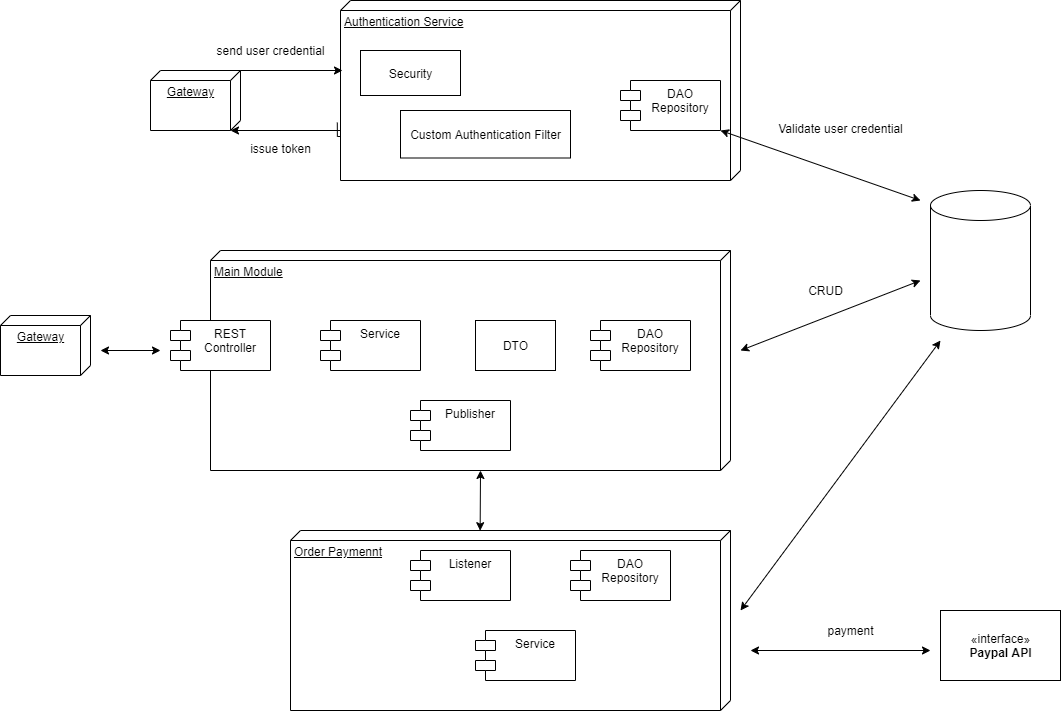
This is docs/source/_static/mainmodule.png from quangdutran/manning-online-shop, a draw.io export, as it was before one commit. Source tidied: cells renumbered, new cells last; positions are measured from the earlier drawing's top-left corner, leaving out a move shared by most shapes. Source of this version:
```xml
<mxGraphModel>
  <root>
    <mxCell id="0" />
    <mxCell id="1" parent="0" />
    <mxCell id="2" style="edgeStyle=orthogonalEdgeStyle;rounded=0;jettySize=auto;html=1;exitX=0.678;exitY=1.008;exitDx=0;exitDy=0;exitPerimeter=0;entryX=0;entryY=0;entryDx=60;entryDy=10;entryPerimeter=0;" parent="1" edge="1" source="3" target="8">
      <mxGeometry relative="1" as="geometry">
        <Array as="points">
          <mxPoint x="340" y="136" />
          <mxPoint x="340" y="130" />
        </Array>
      </mxGeometry>
    </mxCell>
    <mxCell id="3" value="Authentication Service" style="verticalAlign=top;align=left;spacingTop=8;spacingLeft=2;spacingRight=12;shape=cube;size=10;direction=south;fontStyle=4;html=1;" parent="1" vertex="1">
      <mxGeometry x="340" width="400" height="180" as="geometry" />
    </mxCell>
    <mxCell id="4" value="Security" style="html=1;" parent="1" vertex="1">
      <mxGeometry x="360" y="50" width="100" height="45" as="geometry" />
    </mxCell>
    <mxCell id="5" value="Custom Authentication Filter" style="html=1;" parent="1" vertex="1">
      <mxGeometry x="400" y="110" width="170" height="47.5" as="geometry" />
    </mxCell>
    <mxCell id="6" style="shape=cylinder3;whiteSpace=wrap;html=1;boundedLbl=1;backgroundOutline=1;size=15;" parent="1" vertex="1">
      <mxGeometry x="930" y="190" width="100" height="140" as="geometry" />
    </mxCell>
    <mxCell id="7" style="edgeStyle=orthogonalEdgeStyle;rounded=0;jettySize=auto;html=1;exitX=0;exitY=0;exitDx=0;exitDy=0;exitPerimeter=0;" parent="1" edge="1" source="8">
      <mxGeometry relative="1" as="geometry">
        <mxPoint x="342" y="70" as="targetPoint" />
        <Array as="points">
          <mxPoint x="342" y="70" />
        </Array>
      </mxGeometry>
    </mxCell>
    <mxCell id="8" value="Gateway" style="verticalAlign=top;align=center;spacingTop=8;spacingLeft=2;spacingRight=12;shape=cube;size=10;direction=south;fontStyle=4;html=1;" parent="1" vertex="1">
      <mxGeometry x="150" y="70" width="90" height="60" as="geometry" />
    </mxCell>
    <mxCell id="9" value="issue token" style="text;html=1;align=center;verticalAlign=middle;" parent="1" vertex="1">
      <mxGeometry x="240" y="137.5" width="80" height="20" as="geometry" />
    </mxCell>
    <mxCell id="10" value="send user credential" style="text;html=1;align=center;verticalAlign=middle;" parent="1" vertex="1">
      <mxGeometry x="210" y="40" width="120" height="20" as="geometry" />
    </mxCell>
    <mxCell id="11" style="endArrow=classic;startArrow=classic;html=1;" parent="1" edge="1">
      <mxGeometry relative="1" as="geometry">
        <mxPoint x="720" y="130" as="sourcePoint" />
        <mxPoint x="920" y="200" as="targetPoint" />
      </mxGeometry>
    </mxCell>
    <mxCell id="12" value="Validate user credential" style="text;html=1;align=center;verticalAlign=middle;" parent="1" vertex="1">
      <mxGeometry x="770" y="117.5" width="140" height="20" as="geometry" />
    </mxCell>
    <mxCell id="13" value="Main Module" style="verticalAlign=top;align=left;spacingTop=8;spacingLeft=2;spacingRight=12;shape=cube;size=10;direction=south;fontStyle=4;html=1;" parent="1" vertex="1">
      <mxGeometry x="210" y="250" width="520" height="220" as="geometry" />
    </mxCell>
    <mxCell id="14" value="Service" style="shape=module;align=left;spacingLeft=20;align=center;verticalAlign=top;" parent="1" vertex="1">
      <mxGeometry x="320" y="320" width="100" height="50" as="geometry" />
    </mxCell>
    <mxCell id="15" value="REST&#10;Controller" style="shape=module;align=left;spacingLeft=20;align=center;verticalAlign=top;" parent="1" vertex="1">
      <mxGeometry x="170" y="320" width="100" height="50" as="geometry" />
    </mxCell>
    <mxCell id="16" value="DTO" style="html=1;" parent="1" vertex="1">
      <mxGeometry x="475" y="320" width="80" height="50" as="geometry" />
    </mxCell>
    <mxCell id="17" value="DAO&#10;Repository" style="shape=module;align=left;spacingLeft=20;align=center;verticalAlign=top;" parent="1" vertex="1">
      <mxGeometry x="590" y="320" width="100" height="50" as="geometry" />
    </mxCell>
    <mxCell id="18" value="DAO&#10;Repository" style="shape=module;align=left;spacingLeft=20;align=center;verticalAlign=top;" parent="1" vertex="1">
      <mxGeometry x="620" y="80" width="100" height="50" as="geometry" />
    </mxCell>
    <mxCell id="19" style="endArrow=classic;startArrow=classic;html=1;" parent="1" edge="1">
      <mxGeometry relative="1" as="geometry">
        <mxPoint x="740" y="350" as="sourcePoint" />
        <mxPoint x="920" y="280" as="targetPoint" />
      </mxGeometry>
    </mxCell>
    <mxCell id="20" value="CRUD" style="text;html=1;align=center;verticalAlign=middle;" parent="1" vertex="1">
      <mxGeometry x="800" y="280" width="50" height="20" as="geometry" />
    </mxCell>
    <mxCell id="21" value="Publisher" style="shape=module;align=left;spacingLeft=20;align=center;verticalAlign=top;" parent="1" vertex="1">
      <mxGeometry x="410" y="400" width="100" height="50" as="geometry" />
    </mxCell>
    <mxCell id="22" value="Order Paymennt" style="verticalAlign=top;align=left;spacingTop=8;spacingLeft=2;spacingRight=12;shape=cube;size=10;direction=south;fontStyle=4;html=1;" parent="1" vertex="1">
      <mxGeometry x="290" y="530" width="440" height="180" as="geometry" />
    </mxCell>
    <mxCell id="23" value="Listener" style="shape=module;align=left;spacingLeft=20;align=center;verticalAlign=top;" parent="1" vertex="1">
      <mxGeometry x="410" y="550" width="100" height="50" as="geometry" />
    </mxCell>
    <mxCell id="24" value="DAO&#10;Repository" style="shape=module;align=left;spacingLeft=20;align=center;verticalAlign=top;" parent="1" vertex="1">
      <mxGeometry x="570" y="550" width="100" height="50" as="geometry" />
    </mxCell>
    <mxCell id="25" value="Gateway" style="verticalAlign=top;align=center;spacingTop=8;spacingLeft=2;spacingRight=12;shape=cube;size=10;direction=south;fontStyle=4;html=1;" parent="1" vertex="1">
      <mxGeometry y="315" width="90" height="60" as="geometry" />
    </mxCell>
    <mxCell id="26" style="endArrow=classic;startArrow=classic;html=1;" parent="1" edge="1">
      <mxGeometry relative="1" as="geometry">
        <mxPoint x="100" y="350" as="sourcePoint" />
        <mxPoint x="160" y="350" as="targetPoint" />
      </mxGeometry>
    </mxCell>
    <mxCell id="27" value="Service" style="shape=module;align=left;spacingLeft=20;align=center;verticalAlign=top;" parent="1" vertex="1">
      <mxGeometry x="475" y="630" width="100" height="50" as="geometry" />
    </mxCell>
    <mxCell id="28" style="endArrow=classic;startArrow=classic;html=1;exitX=0.001;exitY=0.569;exitDx=0;exitDy=0;exitPerimeter=0;" parent="1" edge="1" source="22">
      <mxGeometry relative="1" as="geometry">
        <mxPoint x="480" y="470" as="targetPoint" />
      </mxGeometry>
    </mxCell>
    <mxCell id="29" style="endArrow=classic;startArrow=classic;html=1;" parent="1" edge="1">
      <mxGeometry relative="1" as="geometry">
        <mxPoint x="740" y="610" as="sourcePoint" />
        <mxPoint x="940" y="340" as="targetPoint" />
      </mxGeometry>
    </mxCell>
    <mxCell id="30" value="«interface»&lt;br&gt;&lt;b&gt;Paypal API&lt;/b&gt;" style="html=1;" parent="1" vertex="1">
      <mxGeometry x="940" y="610" width="120" height="70" as="geometry" />
    </mxCell>
    <mxCell id="31" style="endArrow=classic;startArrow=classic;html=1;" parent="1" edge="1">
      <mxGeometry relative="1" as="geometry">
        <mxPoint x="750" y="650" as="sourcePoint" />
        <mxPoint x="930" y="650" as="targetPoint" />
      </mxGeometry>
    </mxCell>
    <mxCell id="32" value="payment" style="text;html=1;align=center;verticalAlign=middle;" parent="1" vertex="1">
      <mxGeometry x="820" y="620" width="60" height="20" as="geometry" />
    </mxCell>
  </root>
</mxGraphModel>
```
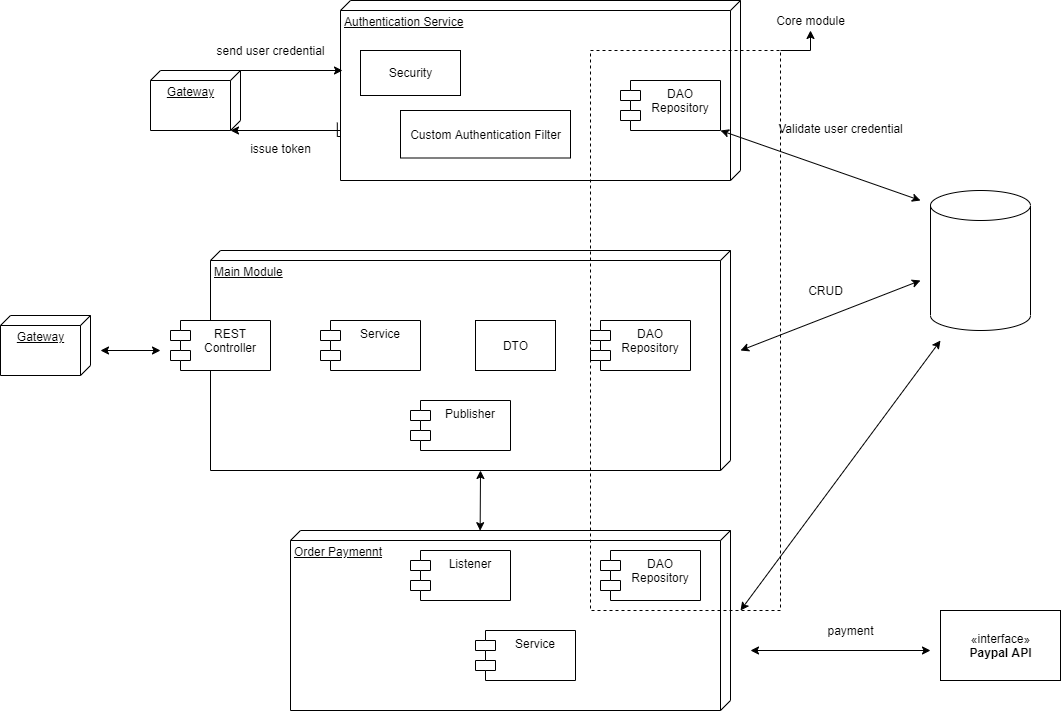
The same diagram one commit later.

Diff of the diagram source:
```diff
@@ -85,7 +85,7 @@
       <mxGeometry x="410" y="550" width="100" height="50" as="geometry" />
     </mxCell>
     <mxCell id="24" value="DAO&#10;Repository" style="shape=module;align=left;spacingLeft=20;align=center;verticalAlign=top;" parent="1" vertex="1">
-      <mxGeometry x="570" y="550" width="100" height="50" as="geometry" />
+      <mxGeometry x="600" y="550" width="100" height="50" as="geometry" />
     </mxCell>
     <mxCell id="25" value="Gateway" style="verticalAlign=top;align=center;spacingTop=8;spacingLeft=2;spacingRight=12;shape=cube;size=10;direction=south;fontStyle=4;html=1;" parent="1" vertex="1">
       <mxGeometry y="315" width="90" height="60" as="geometry" />
@@ -122,5 +122,16 @@
     <mxCell id="32" value="payment" style="text;html=1;align=center;verticalAlign=middle;" parent="1" vertex="1">
       <mxGeometry x="820" y="620" width="60" height="20" as="geometry" />
     </mxCell>
+    <mxCell id="33" style="edgeStyle=orthogonalEdgeStyle;rounded=0;jettySize=auto;html=1;exitX=0;exitY=1;exitDx=0;exitDy=0;" parent="1" edge="1" source="34">
+      <mxGeometry relative="1" as="geometry">
+        <mxPoint x="810" y="30" as="targetPoint" />
+      </mxGeometry>
+    </mxCell>
+    <mxCell id="34" style="rounded=0;whiteSpace=wrap;html=1;fillColor=none;rotation=-180;dashed=1;" parent="1" vertex="1">
+      <mxGeometry x="590" y="50" width="190" height="560" as="geometry" />
+    </mxCell>
+    <mxCell id="35" value="Core module" style="text;html=1;align=center;verticalAlign=middle;" parent="1" vertex="1">
+      <mxGeometry x="770" y="10" width="80" height="20" as="geometry" />
+    </mxCell>
   </root>
 </mxGraphModel>
```
